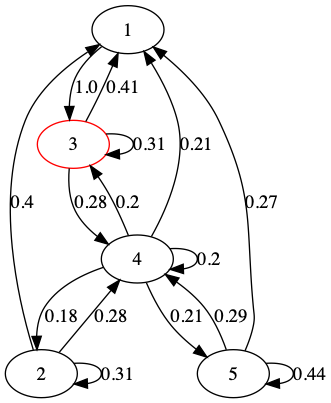
The Graphviz diagram TP5_DUROUCHOUX_TRINH/TP5/Digraph.gv.png in cindytrinh/Pyt_tps, before a commit. Its source is kept beside it as TP5_DUROUCHOUX_TRINH/TP5/Digraph.gv.
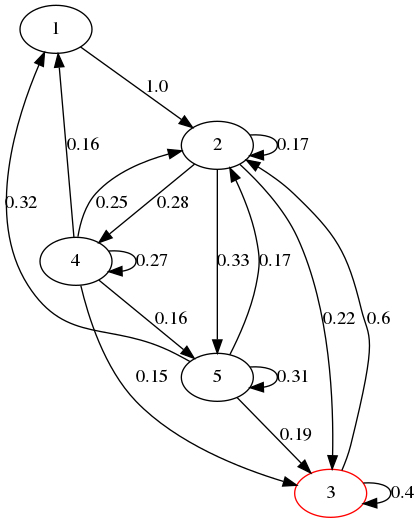
After the commit.

What changed in the source:
```diff
@@ -4,19 +4,20 @@
 	3 [label=3 color=red]
 	4 [label=4]
 	5 [label=5]
-	1 -> 3 [label=1.0]
-	2 -> 1 [label=0.4]
-	2 -> 2 [label=0.31]
+	1 -> 2 [label=1.0]
+	2 -> 2 [label=0.17]
+	2 -> 3 [label=0.22]
 	2 -> 4 [label=0.28]
-	3 -> 1 [label=0.41]
-	3 -> 3 [label=0.31]
-	3 -> 4 [label=0.28]
-	4 -> 1 [label=0.21]
-	4 -> 2 [label=0.18]
-	4 -> 3 [label=0.2]
-	4 -> 4 [label=0.2]
-	4 -> 5 [label=0.21]
-	5 -> 1 [label=0.27]
-	5 -> 4 [label=0.29]
-	5 -> 5 [label=0.44]
+	2 -> 5 [label=0.33]
+	3 -> 2 [label=0.6]
+	3 -> 3 [label=0.4]
+	4 -> 1 [label=0.16]
+	4 -> 2 [label=0.25]
+	4 -> 3 [label=0.15]
+	4 -> 4 [label=0.27]
+	4 -> 5 [label=0.16]
+	5 -> 1 [label=0.32]
+	5 -> 2 [label=0.17]
+	5 -> 3 [label=0.19]
+	5 -> 5 [label=0.31]
 }
```
